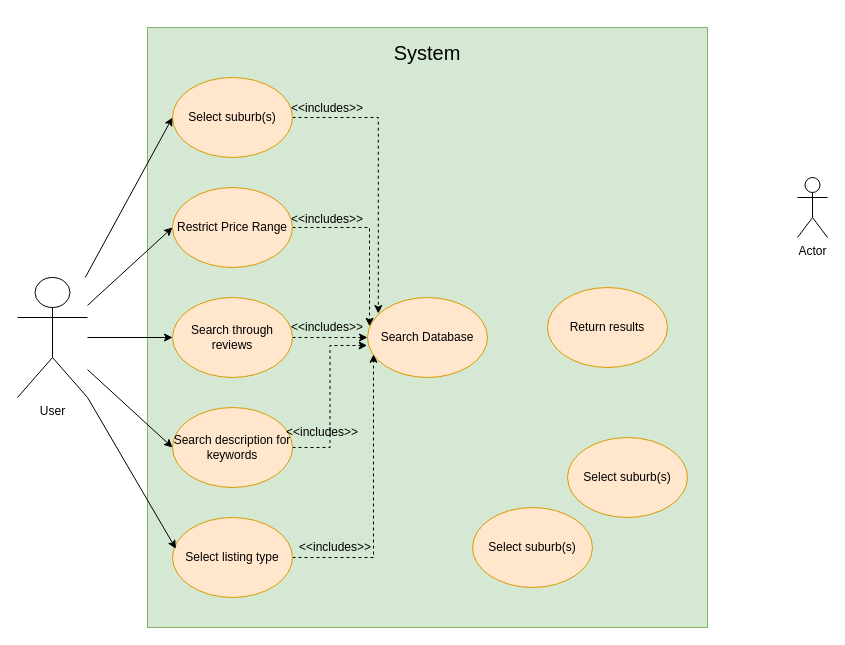
The draw.io diagram Use-Case.drawio in oqmd/Assignment, before the edit. Source tidied: cells renumbered, new cells numbered last; positions are measured from the earlier drawing's top-left corner, leaving out a move shared by most shapes. Both pictures are drawn from the tidied source at 100%, with x=0, y=0 at pixel (17, 17).
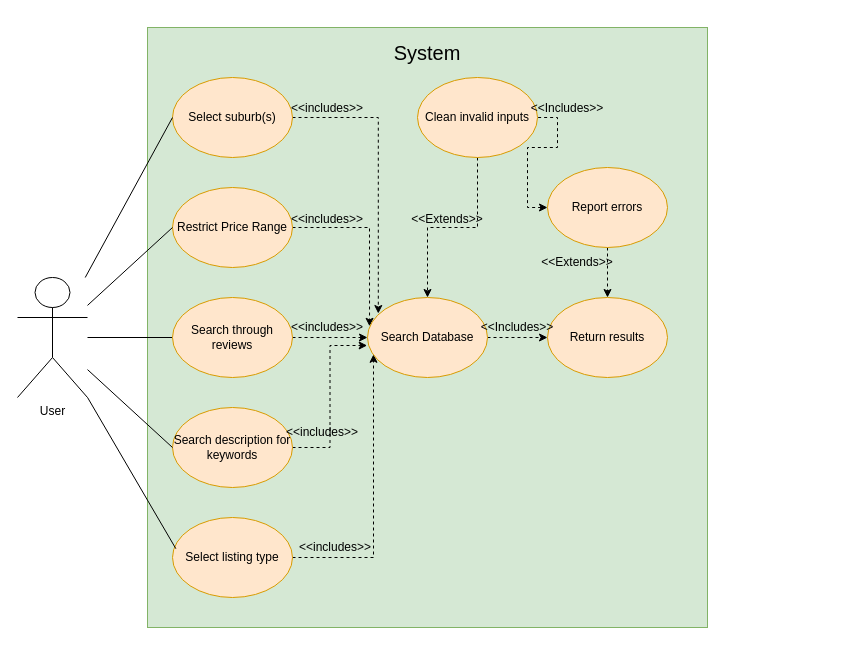
After the change.

The change refers to these unchanged cells:
```xml
<mxCell id="4" value="User" style="shape=umlActor;verticalLabelPosition=bottom;verticalAlign=top;html=1;outlineConnect=0;perimeterSpacing=0;strokeWidth=1;" parent="1" vertex="1">
  <mxGeometry y="260" width="70" height="120" as="geometry" />
</mxCell>
<mxCell id="8" value="Select suburb(s)" style="ellipse;whiteSpace=wrap;html=1;fillColor=#ffe6cc;strokeColor=#d79b00;" parent="1" vertex="1">
  <mxGeometry x="155" y="60" width="120" height="80" as="geometry" />
</mxCell>
<mxCell id="10" value="Restrict Price Range" style="ellipse;whiteSpace=wrap;html=1;fillColor=#ffe6cc;strokeColor=#d79b00;" parent="1" vertex="1">
  <mxGeometry x="155" y="170" width="120" height="80" as="geometry" />
</mxCell>
<mxCell id="12" value="Search through reviews" style="ellipse;whiteSpace=wrap;html=1;fillColor=#ffe6cc;strokeColor=#d79b00;" parent="1" vertex="1">
  <mxGeometry x="155" y="280" width="120" height="80" as="geometry" />
</mxCell>
<mxCell id="14" value="Search description for keywords" style="ellipse;whiteSpace=wrap;html=1;fillColor=#ffe6cc;strokeColor=#d79b00;" parent="1" vertex="1">
  <mxGeometry x="155" y="390" width="120" height="80" as="geometry" />
</mxCell>
<mxCell id="16" value="Select listing type" style="ellipse;whiteSpace=wrap;html=1;fillColor=#ffe6cc;strokeColor=#d79b00;" parent="1" vertex="1">
  <mxGeometry x="155" y="500" width="120" height="80" as="geometry" />
</mxCell>
<mxCell id="21" value="Search Database" style="ellipse;whiteSpace=wrap;html=1;fillColor=#ffe6cc;strokeColor=#d79b00;" parent="1" vertex="1">
  <mxGeometry x="350" y="280" width="120" height="80" as="geometry" />
</mxCell>
```

Diff of the diagram source:
```diff
@@
-    <mxCell id="3" style="edgeStyle=orthogonalEdgeStyle;rounded=0;jettySize=auto;html=1;" parent="1" edge="1" source="4" target="12">
+    <mxCell id="3" style="edgeStyle=orthogonalEdgeStyle;rounded=0;jettySize=auto;html=1;endArrow=none;endFill=0;" parent="1" edge="1" source="4" target="12">
       <mxGeometry relative="1" as="geometry" />
     </mxCell>
@@
-    <mxCell id="6" value="Actor" style="shape=umlActor;verticalLabelPosition=bottom;verticalAlign=top;html=1;" parent="1" vertex="1">
-      <mxGeometry x="780" y="160" width="30" height="60" as="geometry" />
-    </mxCell>
@@
-    <mxCell id="17" style="endArrow=classic;html=1;rounded=0;entryX=0;entryY=0.5;entryDx=0;entryDy=0;" parent="1" edge="1" source="4" target="10">
+    <mxCell id="17" style="endArrow=none;html=1;rounded=0;entryX=0;entryY=0.5;entryDx=0;entryDy=0;endFill=0;" parent="1" edge="1" source="4" target="10">
       <mxGeometry relative="1" as="geometry" />
     </mxCell>
-    <mxCell id="18" style="endArrow=classic;html=1;rounded=0;entryX=0;entryY=0.5;entryDx=0;entryDy=0;" parent="1" edge="1" source="4" target="8">
+    <mxCell id="18" style="endArrow=none;html=1;rounded=0;entryX=0;entryY=0.5;entryDx=0;entryDy=0;endFill=0;" parent="1" edge="1" source="4" target="8">
       <mxGeometry relative="1" as="geometry" />
     </mxCell>
-    <mxCell id="19" style="endArrow=classic;html=1;rounded=0;entryX=0.028;entryY=0.39;entryDx=0;entryDy=0;entryPerimeter=0;" parent="1" edge="1" source="4" target="16">
+    <mxCell id="19" style="endArrow=none;html=1;rounded=0;entryX=0.028;entryY=0.39;entryDx=0;entryDy=0;entryPerimeter=0;endFill=0;" parent="1" edge="1" source="4" target="16">
       <mxGeometry relative="1" as="geometry" />
     </mxCell>
-    <mxCell id="20" style="endArrow=classic;html=1;rounded=0;entryX=0;entryY=0.5;entryDx=0;entryDy=0;" parent="1" edge="1" source="4" target="14">
+    <mxCell id="20" style="endArrow=none;html=1;rounded=0;entryX=0;entryY=0.5;entryDx=0;entryDy=0;endFill=0;" parent="1" edge="1" source="4" target="14">
       <mxGeometry relative="1" as="geometry" />
     </mxCell>
+    <mxCell id="30" style="edgeStyle=orthogonalEdgeStyle;rounded=0;jettySize=auto;html=1;endArrow=classic;endFill=1;dashed=1;" parent="1" edge="1" source="21" target="23">
+      <mxGeometry relative="1" as="geometry" />
+    </mxCell>
@@
+    <mxCell id="31" style="edgeStyle=orthogonalEdgeStyle;rounded=0;jettySize=auto;html=1;entryX=1;entryY=0.5;entryDx=0;entryDy=0;endArrow=none;endFill=0;dashed=1;startArrow=classic;startFill=1;" parent="1" edge="1" source="22" target="24">
+      <mxGeometry relative="1" as="geometry" />
+    </mxCell>
+    <mxCell id="32" style="edgeStyle=orthogonalEdgeStyle;rounded=0;jettySize=auto;html=1;dashed=1;" parent="1" edge="1" source="22" target="23">
+      <mxGeometry relative="1" as="geometry" />
+    </mxCell>
-    <mxCell id="22" value="Select suburb(s)" style="ellipse;whiteSpace=wrap;html=1;fillColor=#ffe6cc;strokeColor=#d79b00;" parent="1" vertex="1">
-      <mxGeometry x="455" y="490" width="120" height="80" as="geometry" />
+    <mxCell id="22" value="Report errors" style="ellipse;whiteSpace=wrap;html=1;fillColor=#ffe6cc;strokeColor=#d79b00;" parent="1" vertex="1">
+      <mxGeometry x="530" y="150" width="120" height="80" as="geometry" />
     </mxCell>
     <mxCell id="23" value="Return results" style="ellipse;whiteSpace=wrap;html=1;fillColor=#ffe6cc;strokeColor=#d79b00;" parent="1" vertex="1">
-      <mxGeometry x="530" y="270" width="120" height="80" as="geometry" />
+      <mxGeometry x="530" y="280" width="120" height="80" as="geometry" />
     </mxCell>
+    <mxCell id="33" style="edgeStyle=orthogonalEdgeStyle;rounded=0;jettySize=auto;html=1;dashed=1;" parent="1" edge="1" source="24" target="21">
+      <mxGeometry relative="1" as="geometry" />
+    </mxCell>
-    <mxCell id="24" value="Select suburb(s)" style="ellipse;whiteSpace=wrap;html=1;fillColor=#ffe6cc;strokeColor=#d79b00;" parent="1" vertex="1">
-      <mxGeometry x="550" y="420" width="120" height="80" as="geometry" />
+    <mxCell id="24" value="Clean invalid inputs" style="ellipse;whiteSpace=wrap;html=1;fillColor=#ffe6cc;strokeColor=#d79b00;" parent="1" vertex="1">
+      <mxGeometry x="400" y="60" width="120" height="80" as="geometry" />
     </mxCell>
@@
+    <mxCell id="34" value="&amp;lt;&amp;lt;Extends&amp;gt;&amp;gt;" style="text;html=1;strokeColor=none;fillColor=none;align=center;verticalAlign=middle;whiteSpace=wrap;rounded=0;" parent="1" vertex="1">
+      <mxGeometry x="400" y="187" width="60" height="30" as="geometry" />
+    </mxCell>
+    <mxCell id="35" value="&amp;lt;&amp;lt;Extends&amp;gt;&amp;gt;" style="text;html=1;strokeColor=none;fillColor=none;align=center;verticalAlign=middle;whiteSpace=wrap;rounded=0;" parent="1" vertex="1">
+      <mxGeometry x="530" y="230" width="60" height="30" as="geometry" />
+    </mxCell>
+    <mxCell id="36" value="&amp;lt;&amp;lt;Includes&amp;gt;&amp;gt;" style="text;html=1;strokeColor=none;fillColor=none;align=center;verticalAlign=middle;whiteSpace=wrap;rounded=0;" parent="1" vertex="1">
+      <mxGeometry x="520" y="76" width="60" height="30" as="geometry" />
+    </mxCell>
+    <mxCell id="37" value="&amp;lt;&amp;lt;Includes&amp;gt;&amp;gt;" style="text;html=1;strokeColor=none;fillColor=none;align=center;verticalAlign=middle;whiteSpace=wrap;rounded=0;" parent="1" vertex="1">
+      <mxGeometry x="470" y="295" width="60" height="30" as="geometry" />
+    </mxCell>
```
